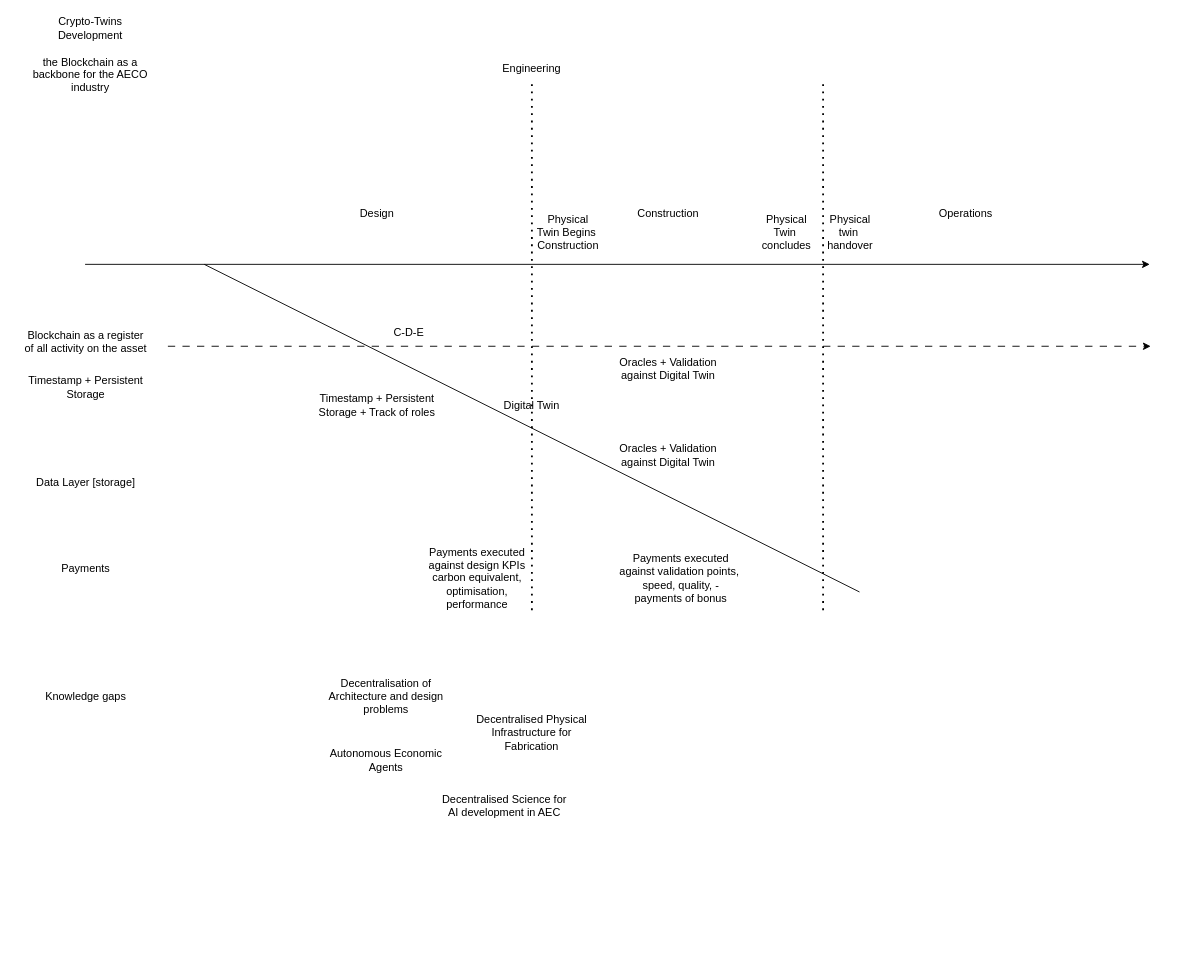
Earlier version of the draw.io diagram BC_backbone_in_AEC.drawio (arlav/BC-in-AEC-process_diagrams). Source tidied: cells renumbered, new cells numbered last; positions are measured from the earlier drawing's top-left corner, leaving out a move shared by most shapes. Both pictures are drawn from the tidied source at 91%, with x=0, y=0 at pixel (22, 18).
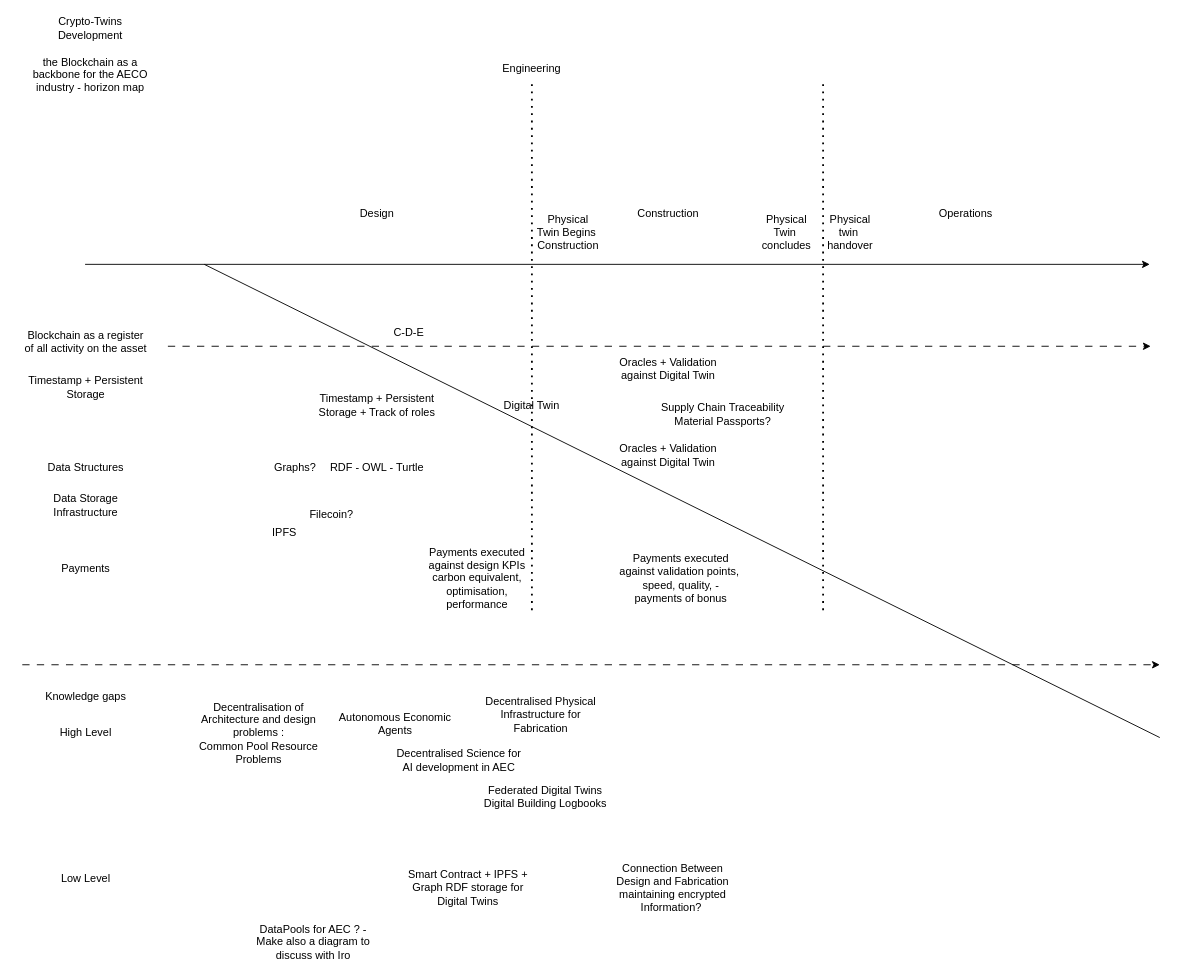
The same page after the edit.

Change to the diagram source:
```diff
@@
     <mxCell id="7" style="endArrow=none;html=1;rounded=0;" parent="1" edge="1">
       <mxGeometry relative="1" as="geometry">
         <mxPoint x="200" y="270" as="sourcePoint" />
-        <mxPoint x="920" y="630" as="targetPoint" />
+        <mxPoint x="1250" y="790" as="targetPoint" />
       </mxGeometry>
     </mxCell>
@@
-    <mxCell id="19" value="Data Layer [storage]" style="text;html=1;align=center;verticalAlign=middle;whiteSpace=wrap;rounded=0;" parent="1" vertex="1">
-      <mxGeometry y="495" width="140" height="30" as="geometry" />
+    <mxCell id="19" value="Data Structures" style="text;html=1;align=center;verticalAlign=middle;whiteSpace=wrap;rounded=0;" parent="1" vertex="1">
+      <mxGeometry y="479" width="140" height="30" as="geometry" />
     </mxCell>
@@
-    <mxCell id="25" value="Crypto-Twins Development&lt;div&gt;&lt;br&gt;&lt;/div&gt;&lt;div&gt;the Blockchain as a backbone for the AECO industry&lt;/div&gt;" style="text;html=1;align=center;verticalAlign=middle;whiteSpace=wrap;rounded=0;" parent="1" vertex="1">
+    <mxCell id="25" value="Crypto-Twins Development&lt;div&gt;&lt;br&gt;&lt;/div&gt;&lt;div&gt;the Blockchain as a backbone for the AECO industry - horizon map&lt;/div&gt;" style="text;html=1;align=center;verticalAlign=middle;whiteSpace=wrap;rounded=0;" parent="1" vertex="1">
       <mxGeometry x="10" width="130" height="80" as="geometry" />
     </mxCell>
-    <mxCell id="26" value="Decentralisation of Architecture and design problems" style="text;html=1;align=center;verticalAlign=middle;whiteSpace=wrap;rounded=0;" parent="1" vertex="1">
-      <mxGeometry x="330" y="730" width="140" height="30" as="geometry" />
+    <mxCell id="26" value="Decentralisation of Architecture and design problems :&lt;div&gt;Common Pool Resource Problems&lt;/div&gt;" style="text;html=1;align=center;verticalAlign=middle;whiteSpace=wrap;rounded=0;" parent="1" vertex="1">
+      <mxGeometry x="190" y="770" width="140" height="30" as="geometry" />
     </mxCell>
@@
     <mxCell id="28" value="Autonomous Economic Agents" style="text;html=1;align=center;verticalAlign=middle;whiteSpace=wrap;rounded=0;" parent="1" vertex="1">
-      <mxGeometry x="330" y="800" width="140" height="30" as="geometry" />
+      <mxGeometry x="340" y="760" width="140" height="30" as="geometry" />
     </mxCell>
     <mxCell id="29" value="Decentralised Physical Infrastructure for Fabrication" style="text;html=1;align=center;verticalAlign=middle;whiteSpace=wrap;rounded=0;" parent="1" vertex="1">
-      <mxGeometry x="490" y="770" width="140" height="30" as="geometry" />
+      <mxGeometry x="500" y="750" width="140" height="30" as="geometry" />
     </mxCell>
     <mxCell id="30" value="Decentralised Science for AI development in AEC" style="text;html=1;align=center;verticalAlign=middle;whiteSpace=wrap;rounded=0;" parent="1" vertex="1">
-      <mxGeometry x="460" y="850" width="140" height="30" as="geometry" />
+      <mxGeometry x="410" y="800" width="140" height="30" as="geometry" />
     </mxCell>
+    <mxCell id="31" style="endArrow=classic;html=1;rounded=0;dashed=1;dashPattern=8 8;" parent="1" edge="1">
+      <mxGeometry relative="1" as="geometry">
+        <mxPoint y="710" as="sourcePoint" />
+        <mxPoint x="1250" y="710" as="targetPoint" />
+      </mxGeometry>
+    </mxCell>
+    <mxCell id="32" value="Graphs?" style="text;html=1;align=center;verticalAlign=middle;whiteSpace=wrap;rounded=0;" parent="1" vertex="1">
+      <mxGeometry x="230" y="479" width="140" height="30" as="geometry" />
+    </mxCell>
+    <mxCell id="33" value="High Level" style="text;html=1;align=center;verticalAlign=middle;whiteSpace=wrap;rounded=0;" parent="1" vertex="1">
+      <mxGeometry y="770" width="140" height="30" as="geometry" />
+    </mxCell>
+    <mxCell id="34" value="Low Level" style="text;html=1;align=center;verticalAlign=middle;whiteSpace=wrap;rounded=0;" parent="1" vertex="1">
+      <mxGeometry y="930" width="140" height="30" as="geometry" />
+    </mxCell>
+    <mxCell id="35" value="RDF - OWL - Turtle" style="text;html=1;align=center;verticalAlign=middle;whiteSpace=wrap;rounded=0;" parent="1" vertex="1">
+      <mxGeometry x="320" y="479" width="140" height="30" as="geometry" />
+    </mxCell>
+    <mxCell id="36" value="Data Storage Infrastructure" style="text;html=1;align=center;verticalAlign=middle;whiteSpace=wrap;rounded=0;" parent="1" vertex="1">
+      <mxGeometry y="520" width="140" height="30" as="geometry" />
+    </mxCell>
+    <mxCell id="37" value="IPFS&amp;nbsp;" style="text;html=1;align=center;verticalAlign=middle;whiteSpace=wrap;rounded=0;" parent="1" vertex="1">
+      <mxGeometry x="260" y="550" width="60" height="30" as="geometry" />
+    </mxCell>
+    <mxCell id="38" value="Filecoin?" style="text;html=1;align=center;verticalAlign=middle;whiteSpace=wrap;rounded=0;" parent="1" vertex="1">
+      <mxGeometry x="310" y="530" width="60" height="30" as="geometry" />
+    </mxCell>
+    <mxCell id="39" value="Federated Digital Twins&lt;div&gt;Digital Building Logbooks&lt;/div&gt;" style="text;html=1;align=center;verticalAlign=middle;whiteSpace=wrap;rounded=0;" parent="1" vertex="1">
+      <mxGeometry x="505" y="840" width="140" height="30" as="geometry" />
+    </mxCell>
+    <mxCell id="40" value="Smart Contract + IPFS + Graph RDF storage for Digital Twins" style="text;html=1;align=center;verticalAlign=middle;whiteSpace=wrap;rounded=0;" parent="1" vertex="1">
+      <mxGeometry x="420" y="940" width="140" height="30" as="geometry" />
+    </mxCell>
+    <mxCell id="41" value="Connection Between Design and Fabrication maintaining encrypted Information?&amp;nbsp;" style="text;html=1;align=center;verticalAlign=middle;whiteSpace=wrap;rounded=0;" parent="1" vertex="1">
+      <mxGeometry x="645" y="940" width="140" height="30" as="geometry" />
+    </mxCell>
+    <mxCell id="42" value="Supply Chain Traceability&lt;div&gt;Material Passports?&lt;/div&gt;" style="text;html=1;align=center;verticalAlign=middle;whiteSpace=wrap;rounded=0;" parent="1" vertex="1">
+      <mxGeometry x="700" y="420" width="140" height="30" as="geometry" />
+    </mxCell>
+    <mxCell id="43" value="DataPools for AEC ? -&lt;div&gt;Make also a diagram to discuss with Iro&lt;/div&gt;" style="text;html=1;align=center;verticalAlign=middle;whiteSpace=wrap;rounded=0;" parent="1" vertex="1">
+      <mxGeometry x="250" y="1000" width="140" height="30" as="geometry" />
+    </mxCell>
```
